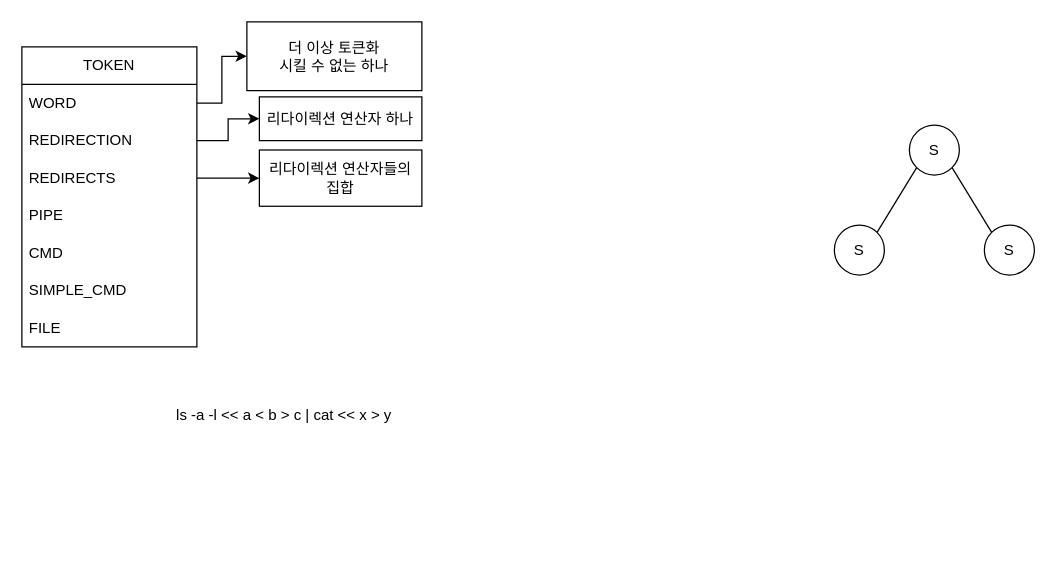
Above: parsing_tree.drawio in blue-orion/minishell (draw.io), before the change. Source tidied: cells renumbered, new cells numbered last; positions are measured from the earlier drawing's top-left corner, leaving out a move shared by most shapes. Both pictures are drawn from the tidied source at 125%, with x=0, y=0 at pixel (21, 21).
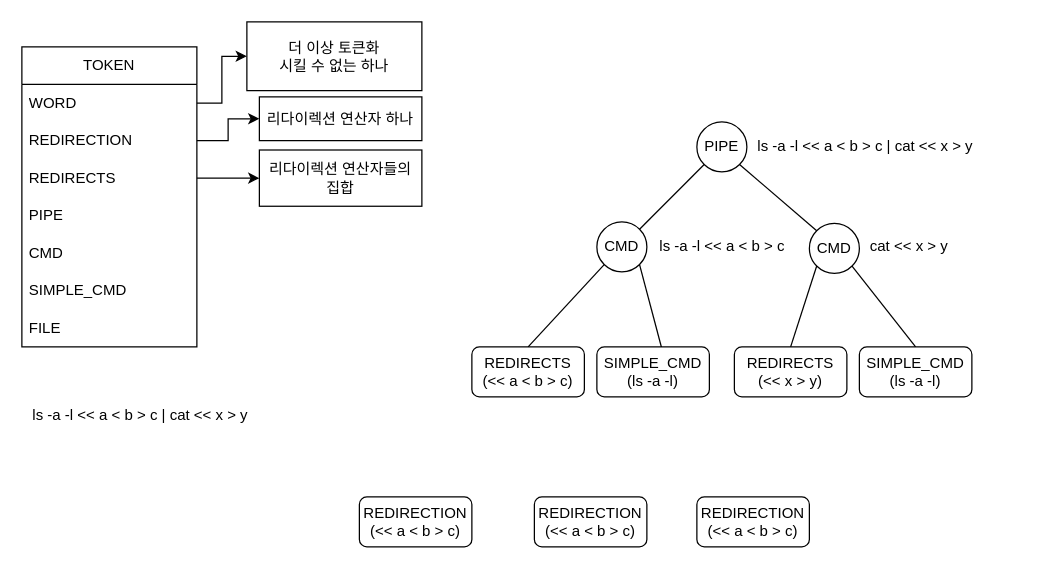
After the change.

Change to the diagram source:
```diff
@@
-    <mxCell id="2" value="S" style="ellipse;whiteSpace=wrap;html=1;" parent="1" vertex="1">
-      <mxGeometry x="710" y="82.5" width="40" height="40" as="geometry" />
+    <mxCell id="2" value="PIPE" style="ellipse;whiteSpace=wrap;html=1;" parent="1" vertex="1">
+      <mxGeometry x="540" y="80" width="40" height="40" as="geometry" />
     </mxCell>
@@
-    <mxCell id="4" value="S" style="ellipse;whiteSpace=wrap;html=1;" parent="1" vertex="1">
-      <mxGeometry x="650" y="162.5" width="40" height="40" as="geometry" />
+    <mxCell id="4" value="CMD" style="ellipse;whiteSpace=wrap;html=1;" parent="1" vertex="1">
+      <mxGeometry x="460" y="160" width="40" height="40" as="geometry" />
     </mxCell>
-    <mxCell id="5" value="S" style="ellipse;whiteSpace=wrap;html=1;" parent="1" vertex="1">
-      <mxGeometry x="770" y="162.5" width="40" height="40" as="geometry" />
+    <mxCell id="5" value="CMD" style="ellipse;whiteSpace=wrap;html=1;" parent="1" vertex="1">
+      <mxGeometry x="630" y="161.2" width="40" height="40" as="geometry" />
     </mxCell>
@@
     <mxCell id="17" value="ls -a -l &amp;lt;&amp;lt; a &amp;lt; b &amp;gt; c | cat &amp;lt;&amp;lt; x &amp;gt; y" style="text;html=1;align=center;verticalAlign=middle;whiteSpace=wrap;rounded=0;" parent="1" vertex="1">
-      <mxGeometry y="300" width="420" height="30" as="geometry" />
+      <mxGeometry y="300" width="190" height="30" as="geometry" />
     </mxCell>
@@
+    <mxCell id="22" value="ls -a -l &amp;lt;&amp;lt; a &amp;lt; b &amp;gt; c | cat &amp;lt;&amp;lt; x &amp;gt; y" style="text;html=1;align=center;verticalAlign=middle;whiteSpace=wrap;rounded=0;" parent="1" vertex="1">
+      <mxGeometry x="580" y="81.2" width="190" height="37.5" as="geometry" />
+    </mxCell>
+    <mxCell id="23" value="ls -a -l &amp;lt;&amp;lt; a &amp;lt; b &amp;gt; c" style="text;html=1;align=center;verticalAlign=middle;whiteSpace=wrap;rounded=0;" parent="1" vertex="1">
+      <mxGeometry x="507.5" y="161.2" width="105" height="37.5" as="geometry" />
+    </mxCell>
+    <mxCell id="24" value="cat &amp;lt;&amp;lt; x &amp;gt; y" style="text;html=1;align=center;verticalAlign=middle;whiteSpace=wrap;rounded=0;" parent="1" vertex="1">
+      <mxGeometry x="670" y="161.2" width="80" height="37.5" as="geometry" />
+    </mxCell>
+    <mxCell id="25" style="endArrow=none;html=1;rounded=0;entryX=0;entryY=1;entryDx=0;entryDy=0;exitX=0.5;exitY=0;exitDx=0;exitDy=0;" parent="1" edge="1" source="29" target="4">
+      <mxGeometry relative="1" as="geometry" />
+    </mxCell>
+    <mxCell id="26" style="endArrow=none;html=1;rounded=0;entryX=1;entryY=1;entryDx=0;entryDy=0;exitX=0.574;exitY=0.008;exitDx=0;exitDy=0;exitPerimeter=0;" parent="1" edge="1" source="30" target="4">
+      <mxGeometry relative="1" as="geometry" />
+    </mxCell>
+    <mxCell id="27" style="endArrow=none;html=1;rounded=0;entryX=0;entryY=1;entryDx=0;entryDy=0;exitX=0.5;exitY=0;exitDx=0;exitDy=0;" parent="1" edge="1" source="31" target="5">
+      <mxGeometry relative="1" as="geometry" />
+    </mxCell>
+    <mxCell id="28" style="endArrow=none;html=1;rounded=0;entryX=1;entryY=1;entryDx=0;entryDy=0;exitX=0.5;exitY=0;exitDx=0;exitDy=0;" parent="1" edge="1" source="32" target="5">
+      <mxGeometry relative="1" as="geometry" />
+    </mxCell>
+    <mxCell id="29" value="REDIRECTS&lt;br&gt;(&amp;lt;&amp;lt; a &amp;lt; b &amp;gt; c)" style="rounded=1;whiteSpace=wrap;html=1;" parent="1" vertex="1">
+      <mxGeometry x="360" y="260" width="90" height="40" as="geometry" />
+    </mxCell>
+    <mxCell id="30" value="SIMPLE_CMD&lt;br&gt;(ls -a -l)" style="rounded=1;whiteSpace=wrap;html=1;" parent="1" vertex="1">
+      <mxGeometry x="460" y="260" width="90" height="40" as="geometry" />
+    </mxCell>
+    <mxCell id="31" value="REDIRECTS&lt;br&gt;(&amp;lt;&amp;lt; x &amp;gt; y)" style="rounded=1;whiteSpace=wrap;html=1;" parent="1" vertex="1">
+      <mxGeometry x="570" y="260" width="90" height="40" as="geometry" />
+    </mxCell>
+    <mxCell id="32" value="SIMPLE_CMD&lt;br&gt;(ls -a -l)" style="rounded=1;whiteSpace=wrap;html=1;" parent="1" vertex="1">
+      <mxGeometry x="670" y="260" width="90" height="40" as="geometry" />
+    </mxCell>
+    <mxCell id="33" value="REDIRECTION&lt;br&gt;(&amp;lt;&amp;lt; a &amp;lt; b &amp;gt; c)" style="rounded=1;whiteSpace=wrap;html=1;" parent="1" vertex="1">
+      <mxGeometry x="270" y="380" width="90" height="40" as="geometry" />
+    </mxCell>
+    <mxCell id="34" value="REDIRECTION&lt;br&gt;(&amp;lt;&amp;lt; a &amp;lt; b &amp;gt; c)" style="rounded=1;whiteSpace=wrap;html=1;" parent="1" vertex="1">
+      <mxGeometry x="410" y="380" width="90" height="40" as="geometry" />
+    </mxCell>
+    <mxCell id="35" value="REDIRECTION&lt;br&gt;(&amp;lt;&amp;lt; a &amp;lt; b &amp;gt; c)" style="rounded=1;whiteSpace=wrap;html=1;" parent="1" vertex="1">
+      <mxGeometry x="540" y="380" width="90" height="40" as="geometry" />
+    </mxCell>
```
